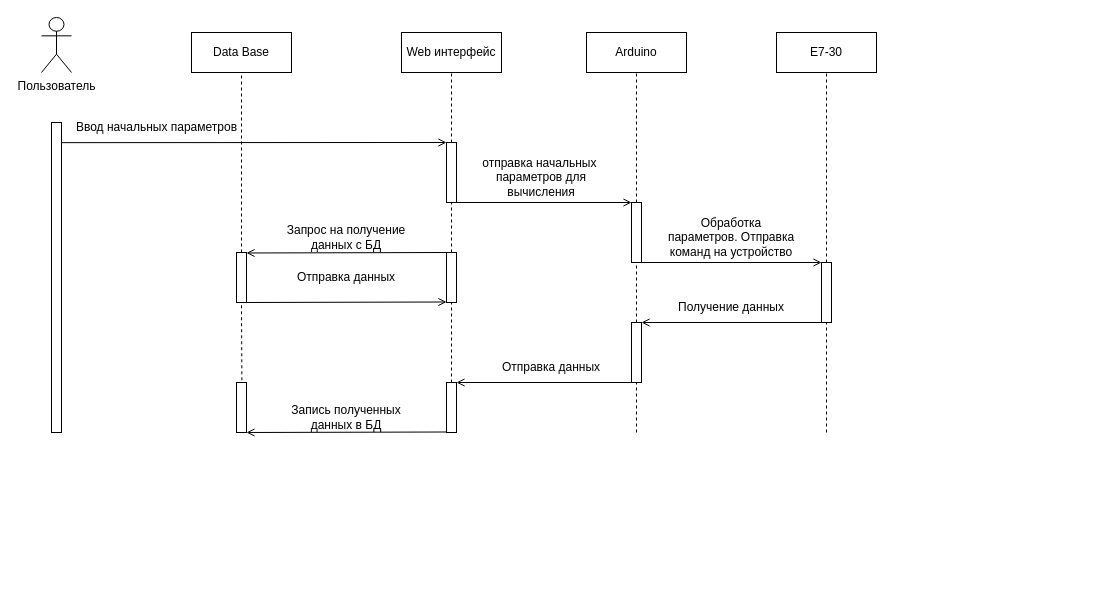
HeisPovedim/diplom-P419-E7-30 keeps this draw.io diagram as Documentation/Oleg/Charts/Диаграмма последовательности действий.drawio. Above is the earlier version. Source tidied: cells renumbered, new cells numbered last; positions are measured from the earlier drawing's top-left corner, leaving out a move shared by most shapes. Both pictures are drawn from the tidied source at 100%, with x=0, y=0 at pixel (41, 17).
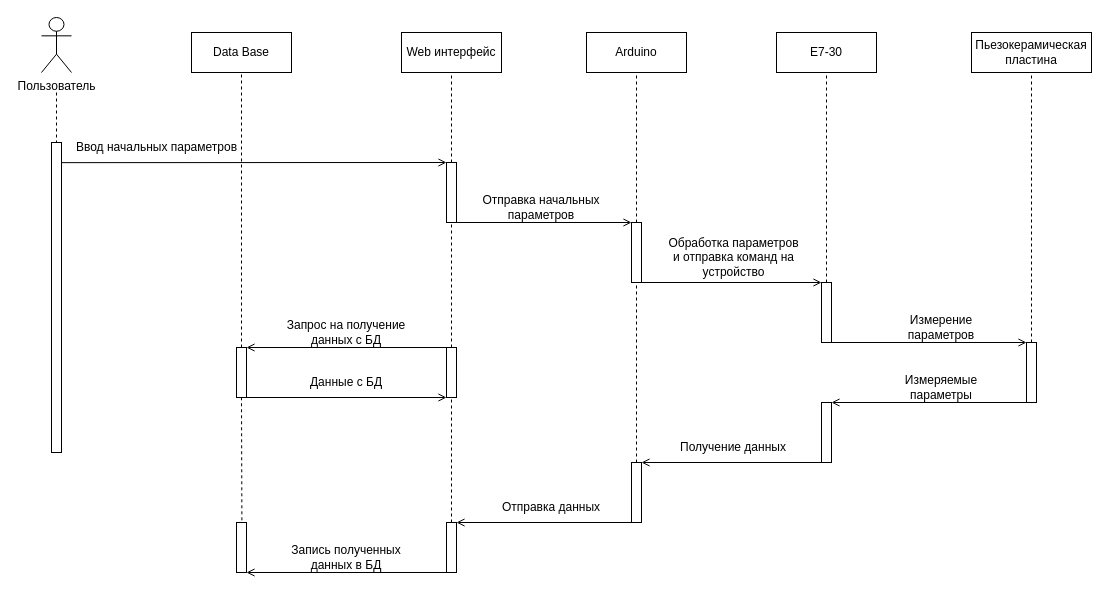
The same diagram, later.

The change refers to these unchanged cells:
```xml
<mxCell id="7" value="E7-30" style="rounded=0;whiteSpace=wrap;html=1;" parent="1" vertex="1">
  <mxGeometry x="735" y="15" width="100" height="40" as="geometry" />
</mxCell>
```

Diff of the diagram source:
```diff
@@
     <mxCell id="4" style="rounded=0;whiteSpace=wrap;html=1;" parent="1" vertex="1">
-      <mxGeometry x="405" y="125" width="10" height="60" as="geometry" />
+      <mxGeometry x="405" y="145" width="10" height="60" as="geometry" />
     </mxCell>
     <mxCell id="5" style="rounded=0;whiteSpace=wrap;html=1;" parent="1" vertex="1">
-      <mxGeometry x="10" y="105" width="10" height="310" as="geometry" />
+      <mxGeometry x="10" y="125" width="10" height="310" as="geometry" />
     </mxCell>
@@
     <mxCell id="10" style="rounded=0;whiteSpace=wrap;html=1;" parent="1" vertex="1">
-      <mxGeometry x="590" y="185" width="10" height="60" as="geometry" />
+      <mxGeometry x="590" y="205" width="10" height="60" as="geometry" />
     </mxCell>
     <mxCell id="11" style="endArrow=none;html=1;rounded=0;entryX=1;entryY=0.065;entryDx=0;entryDy=0;entryPerimeter=0;endFill=0;startArrow=open;startFill=0;exitX=0;exitY=0;exitDx=0;exitDy=0;" parent="1" edge="1" source="10">
       <mxGeometry relative="1" as="geometry">
-        <mxPoint x="415" y="185" as="targetPoint" />
+        <mxPoint x="415" y="205" as="targetPoint" />
       </mxGeometry>
     </mxCell>
-    <mxCell id="12" value="отправка начальных&amp;nbsp;&lt;br&gt;параметров для вычисления" style="text;html=1;strokeColor=none;fillColor=none;align=center;verticalAlign=middle;whiteSpace=wrap;rounded=0;" parent="1" vertex="1">
-      <mxGeometry x="435" y="145" width="130" height="30" as="geometry" />
+    <mxCell id="12" value="Отправка начальных&lt;br&gt;параметров" style="text;html=1;strokeColor=none;fillColor=none;align=center;verticalAlign=middle;whiteSpace=wrap;rounded=0;" parent="1" vertex="1">
+      <mxGeometry x="435" y="175" width="130" height="30" as="geometry" />
     </mxCell>
@@
     <mxCell id="14" style="rounded=0;whiteSpace=wrap;html=1;" parent="1" vertex="1">
-      <mxGeometry x="780" y="245" width="10" height="60" as="geometry" />
+      <mxGeometry x="780" y="265" width="10" height="60" as="geometry" />
     </mxCell>
@@
-    <mxCell id="16" value="Обработка параметров. Отправка команд на устройство" style="text;html=1;strokeColor=none;fillColor=none;align=center;verticalAlign=middle;whiteSpace=wrap;rounded=0;" parent="1" vertex="1">
-      <mxGeometry x="625" y="205" width="130" height="30" as="geometry" />
+    <mxCell id="16" value="Обработка параметров и отправка команд на устройство" style="text;html=1;strokeColor=none;fillColor=none;align=center;verticalAlign=middle;whiteSpace=wrap;rounded=0;" parent="1" vertex="1">
+      <mxGeometry x="625" y="225" width="135" height="30" as="geometry" />
     </mxCell>
     <mxCell id="17" style="rounded=0;whiteSpace=wrap;html=1;" parent="1" vertex="1">
-      <mxGeometry x="590" y="305" width="10" height="60" as="geometry" />
+      <mxGeometry x="590" y="445" width="10" height="60" as="geometry" />
     </mxCell>
-    <mxCell id="18" style="endArrow=open;html=1;rounded=0;endFill=0;startArrow=none;startFill=0;exitX=0;exitY=0;exitDx=0;exitDy=0;entryX=1;entryY=1;entryDx=0;entryDy=0;" parent="1" edge="1">
-      <mxGeometry relative="1" as="geometry">
-        <mxPoint x="780" y="305" as="sourcePoint" />
-        <mxPoint x="600" y="305" as="targetPoint" />
-      </mxGeometry>
-    </mxCell>
     <mxCell id="19" value="Получение данных" style="text;html=1;strokeColor=none;fillColor=none;align=center;verticalAlign=middle;whiteSpace=wrap;rounded=0;" parent="1" vertex="1">
-      <mxGeometry x="625" y="275" width="130" height="30" as="geometry" />
+      <mxGeometry x="627" y="415" width="130" height="30" as="geometry" />
     </mxCell>
@@
     <mxCell id="21" style="rounded=0;whiteSpace=wrap;html=1;" parent="1" vertex="1">
-      <mxGeometry x="405" y="365" width="10" height="50" as="geometry" />
+      <mxGeometry x="405" y="505" width="10" height="50" as="geometry" />
     </mxCell>
     <mxCell id="22" style="endArrow=open;html=1;rounded=0;endFill=0;startArrow=none;startFill=0;exitX=0;exitY=0;exitDx=0;exitDy=0;" parent="1" edge="1">
       <mxGeometry relative="1" as="geometry">
-        <mxPoint x="590" y="365" as="sourcePoint" />
-        <mxPoint x="415" y="365" as="targetPoint" />
+        <mxPoint x="590" y="505" as="sourcePoint" />
+        <mxPoint x="415" y="505" as="targetPoint" />
       </mxGeometry>
     </mxCell>
     <mxCell id="23" value="Отправка данных" style="text;html=1;strokeColor=none;fillColor=none;align=center;verticalAlign=middle;whiteSpace=wrap;rounded=0;" parent="1" vertex="1">
-      <mxGeometry x="445" y="335" width="130" height="30" as="geometry" />
+      <mxGeometry x="445" y="475" width="130" height="30" as="geometry" />
     </mxCell>
-    <mxCell id="24" style="endArrow=none;dashed=1;html=1;rounded=0;entryX=0.5;entryY=1;entryDx=0;entryDy=0;exitX=0.5;exitY=0;exitDx=0;exitDy=0;" parent="1" edge="1" source="14" target="7">
-      <mxGeometry relative="1" as="geometry" />
-    </mxCell>
-    <mxCell id="25" style="endArrow=none;dashed=1;html=1;rounded=0;entryX=0.5;entryY=1;entryDx=0;entryDy=0;" parent="1" edge="1" target="17">
-      <mxGeometry relative="1" as="geometry">
-        <mxPoint x="595" y="415" as="sourcePoint" />
-      </mxGeometry>
-    </mxCell>
-    <mxCell id="26" style="endArrow=none;dashed=1;html=1;rounded=0;entryX=0.5;entryY=1;entryDx=0;entryDy=0;" parent="1" edge="1" target="14">
-      <mxGeometry relative="1" as="geometry">
-        <mxPoint x="785" y="415" as="sourcePoint" />
-      </mxGeometry>
-    </mxCell>
@@
     <mxCell id="28" style="rounded=0;whiteSpace=wrap;html=1;" parent="1" vertex="1">
-      <mxGeometry x="195" y="365" width="10" height="50" as="geometry" />
+      <mxGeometry x="195" y="505" width="10" height="50" as="geometry" />
     </mxCell>
-    <mxCell id="29" style="endArrow=open;html=1;rounded=0;endFill=0;startArrow=none;startFill=0;exitX=0;exitY=0;exitDx=0;exitDy=0;entryX=1;entryY=1;entryDx=0;entryDy=0;" parent="1" edge="1" target="28">
-      <mxGeometry relative="1" as="geometry">
-        <mxPoint x="405" y="414.5" as="sourcePoint" />
-      </mxGeometry>
+    <mxCell id="29" style="endArrow=open;html=1;rounded=0;endFill=0;startArrow=none;startFill=0;entryX=1;entryY=1;entryDx=0;entryDy=0;exitX=0;exitY=1;exitDx=0;exitDy=0;" parent="1" edge="1" source="21" target="28">
+      <mxGeometry relative="1" as="geometry" />
     </mxCell>
     <mxCell id="30" value="Запись полученных данных в БД" style="text;html=1;strokeColor=none;fillColor=none;align=center;verticalAlign=middle;whiteSpace=wrap;rounded=0;" parent="1" vertex="1">
-      <mxGeometry x="240" y="385" width="130" height="30" as="geometry" />
+      <mxGeometry x="240" y="525" width="130" height="30" as="geometry" />
     </mxCell>
     <mxCell id="31" style="rounded=0;whiteSpace=wrap;html=1;" parent="1" vertex="1">
-      <mxGeometry x="195" y="235" width="10" height="50" as="geometry" />
+      <mxGeometry x="195" y="330" width="10" height="50" as="geometry" />
     </mxCell>
     <mxCell id="32" style="rounded=0;whiteSpace=wrap;html=1;" parent="1" vertex="1">
-      <mxGeometry x="405" y="235" width="10" height="50" as="geometry" />
+      <mxGeometry x="405" y="330" width="10" height="50" as="geometry" />
     </mxCell>
-    <mxCell id="33" style="endArrow=open;html=1;rounded=0;endFill=0;startArrow=none;startFill=0;exitX=0;exitY=0;exitDx=0;exitDy=0;entryX=1;entryY=1;entryDx=0;entryDy=0;" parent="1" edge="1">
-      <mxGeometry relative="1" as="geometry">
-        <mxPoint x="405" y="235" as="sourcePoint" />
-        <mxPoint x="205" y="235.5" as="targetPoint" />
-      </mxGeometry>
+    <mxCell id="33" style="endArrow=open;html=1;rounded=0;endFill=0;startArrow=none;startFill=0;exitX=0;exitY=0;exitDx=0;exitDy=0;entryX=1;entryY=0;entryDx=0;entryDy=0;" parent="1" edge="1" source="32" target="31">
+      <mxGeometry relative="1" as="geometry" />
     </mxCell>
     <mxCell id="34" value="Запрос на получение данных с БД" style="text;html=1;strokeColor=none;fillColor=none;align=center;verticalAlign=middle;whiteSpace=wrap;rounded=0;" parent="1" vertex="1">
-      <mxGeometry x="240" y="205" width="130" height="30" as="geometry" />
+      <mxGeometry x="240" y="300" width="130" height="30" as="geometry" />
     </mxCell>
-    <mxCell id="35" style="endArrow=none;html=1;rounded=0;endFill=0;startArrow=open;startFill=0;exitX=0;exitY=0;exitDx=0;exitDy=0;entryX=1;entryY=1;entryDx=0;entryDy=0;" parent="1" edge="1">
-      <mxGeometry relative="1" as="geometry">
-        <mxPoint x="405" y="284.5" as="sourcePoint" />
-        <mxPoint x="205" y="285" as="targetPoint" />
-      </mxGeometry>
+    <mxCell id="35" style="endArrow=none;html=1;rounded=0;endFill=0;startArrow=open;startFill=0;exitX=0;exitY=1;exitDx=0;exitDy=0;entryX=1;entryY=1;entryDx=0;entryDy=0;" parent="1" edge="1" source="32" target="31">
+      <mxGeometry relative="1" as="geometry" />
     </mxCell>
-    <mxCell id="36" value="Отправка данных" style="text;html=1;strokeColor=none;fillColor=none;align=center;verticalAlign=middle;whiteSpace=wrap;rounded=0;" parent="1" vertex="1">
-      <mxGeometry x="240" y="245" width="130" height="30" as="geometry" />
+    <mxCell id="36" value="Данные с БД" style="text;html=1;strokeColor=none;fillColor=none;align=center;verticalAlign=middle;whiteSpace=wrap;rounded=0;" parent="1" vertex="1">
+      <mxGeometry x="240" y="350" width="130" height="30" as="geometry" />
     </mxCell>
@@
     <mxCell id="41" value="Ввод начальных параметров" style="text;html=1;align=center;verticalAlign=middle;strokeColor=none;fillColor=none;" parent="1" vertex="1">
-      <mxGeometry x="25" y="95" width="180" height="30" as="geometry" />
+      <mxGeometry x="25" y="115" width="180" height="30" as="geometry" />
     </mxCell>
+    <mxCell id="42" value="Пьезокерамическая пластина" style="rounded=0;whiteSpace=wrap;html=1;" parent="1" vertex="1">
+      <mxGeometry x="930" y="15" width="120" height="40" as="geometry" />
+    </mxCell>
+    <mxCell id="43" style="endArrow=none;dashed=1;html=1;rounded=0;entryX=0.5;entryY=0;entryDx=0;entryDy=0;" parent="1" edge="1" target="5">
+      <mxGeometry relative="1" as="geometry">
+        <mxPoint x="15" y="75" as="sourcePoint" />
+      </mxGeometry>
+    </mxCell>
+    <mxCell id="44" style="endArrow=none;dashed=1;html=1;rounded=0;exitX=0.5;exitY=0;exitDx=0;exitDy=0;entryX=0.5;entryY=1;entryDx=0;entryDy=0;" parent="1" edge="1" source="45" target="42">
+      <mxGeometry relative="1" as="geometry" />
+    </mxCell>
+    <mxCell id="24" style="endArrow=none;dashed=1;html=1;rounded=0;entryX=0.5;entryY=1;entryDx=0;entryDy=0;exitX=0.5;exitY=0;exitDx=0;exitDy=0;" parent="1" edge="1" source="14" target="7">
+      <mxGeometry relative="1" as="geometry" />
+    </mxCell>
+    <mxCell id="45" style="rounded=0;whiteSpace=wrap;html=1;" parent="1" vertex="1">
+      <mxGeometry x="985" y="325" width="10" height="60" as="geometry" />
+    </mxCell>
+    <mxCell id="46" style="endArrow=open;html=1;rounded=0;exitX=1;exitY=1;exitDx=0;exitDy=0;entryX=0;entryY=0;entryDx=0;entryDy=0;endFill=0;" parent="1" edge="1" source="14" target="45">
+      <mxGeometry relative="1" as="geometry" />
+    </mxCell>
+    <mxCell id="47" value="Измерение параметров" style="text;html=1;strokeColor=none;fillColor=none;align=center;verticalAlign=middle;whiteSpace=wrap;rounded=0;" parent="1" vertex="1">
+      <mxGeometry x="860" y="295" width="80" height="30" as="geometry" />
+    </mxCell>
+    <mxCell id="48" style="rounded=0;whiteSpace=wrap;html=1;" parent="1" vertex="1">
+      <mxGeometry x="780" y="385" width="10" height="60" as="geometry" />
+    </mxCell>
+    <mxCell id="49" style="endArrow=none;html=1;rounded=0;exitX=1;exitY=0;exitDx=0;exitDy=0;entryX=0;entryY=1;entryDx=0;entryDy=0;endFill=0;startArrow=open;startFill=0;" parent="1" edge="1" source="48" target="45">
+      <mxGeometry relative="1" as="geometry" />
+    </mxCell>
+    <mxCell id="50" value="Измеряемые параметры" style="text;html=1;strokeColor=none;fillColor=none;align=center;verticalAlign=middle;whiteSpace=wrap;rounded=0;" parent="1" vertex="1">
+      <mxGeometry x="860" y="355" width="80" height="30" as="geometry" />
+    </mxCell>
+    <mxCell id="51" style="endArrow=none;html=1;rounded=0;exitX=1;exitY=0;exitDx=0;exitDy=0;entryX=0;entryY=1;entryDx=0;entryDy=0;endFill=0;startArrow=open;startFill=0;" parent="1" edge="1" source="17" target="48">
+      <mxGeometry relative="1" as="geometry" />
+    </mxCell>
```
